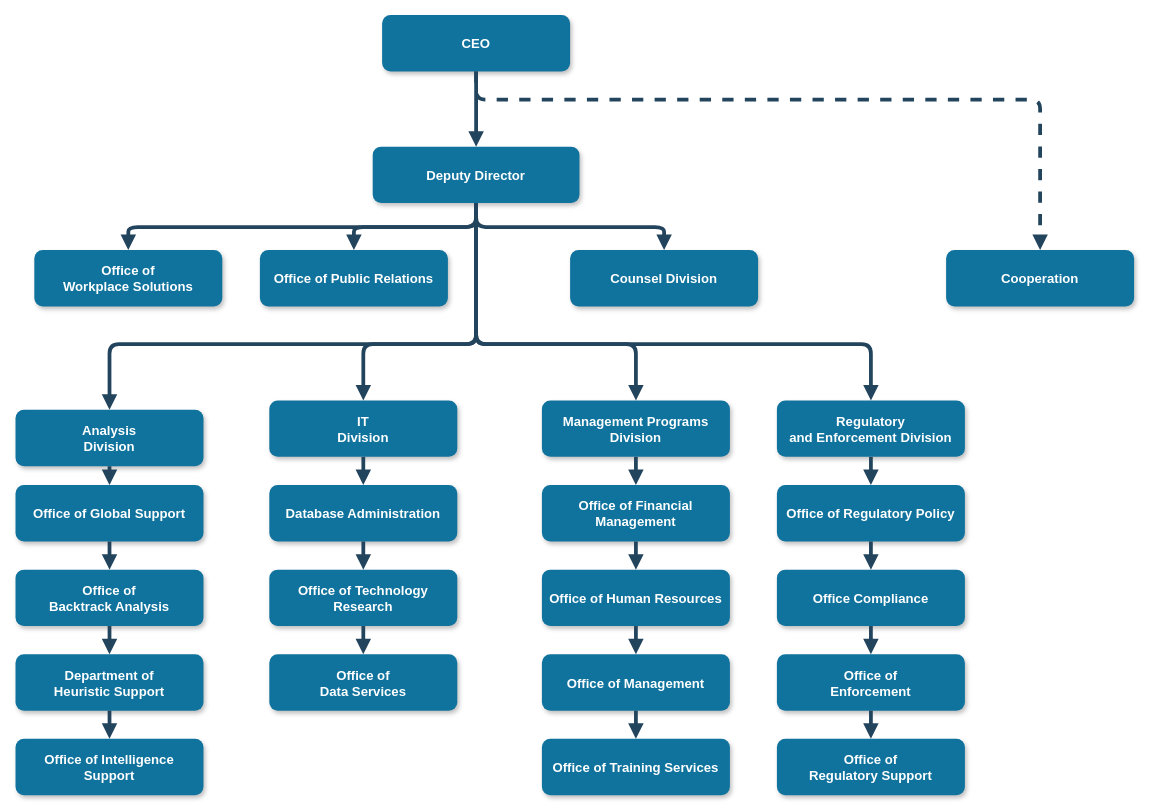
lynxlangya/diawio-folder keeps this draw.io diagram as 图表测试.drawio. Above is the earlier version. Source tidied: cells renumbered, new cells numbered last; positions are measured from the earlier drawing's top-left corner, leaving out a move shared by most shapes. Both pictures are drawn from the tidied source at 94%, with x=0, y=0 at pixel (15, 15).
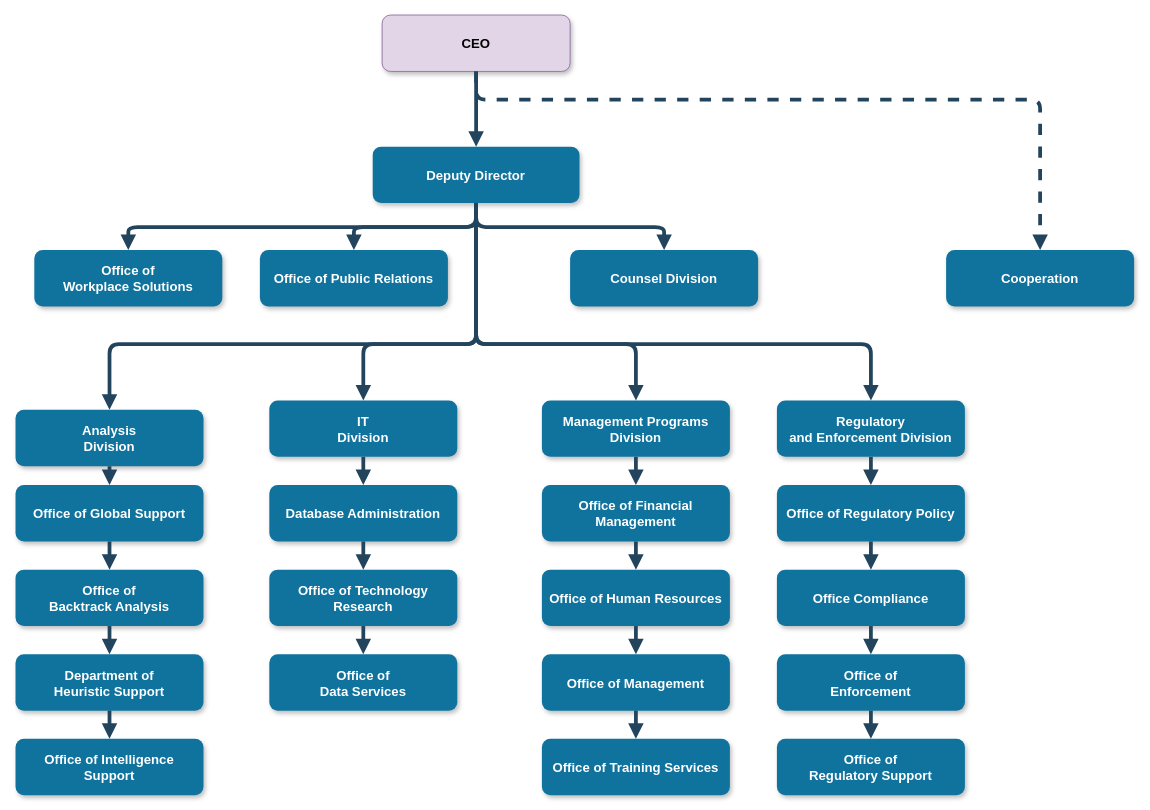
After the change.

Commit message:
更新图表测试.drawio

Diff of the diagram source:
```diff
@@
-    <mxCell id="2" value="CEO" style="rounded=1;fillColor=#10739E;strokeColor=none;shadow=1;gradientColor=none;fontStyle=1;fontColor=#FFFFFF;fontSize=14;" parent="1" vertex="1">
+    <mxCell id="2" value="CEO" style="rounded=1;fillColor=#e1d5e7;strokeColor=#9673a6;shadow=1;fontStyle=1;fontSize=14;" parent="1" vertex="1">
       <mxGeometry x="390" y="-0.5" width="200" height="60" as="geometry" />
     </mxCell>
```
